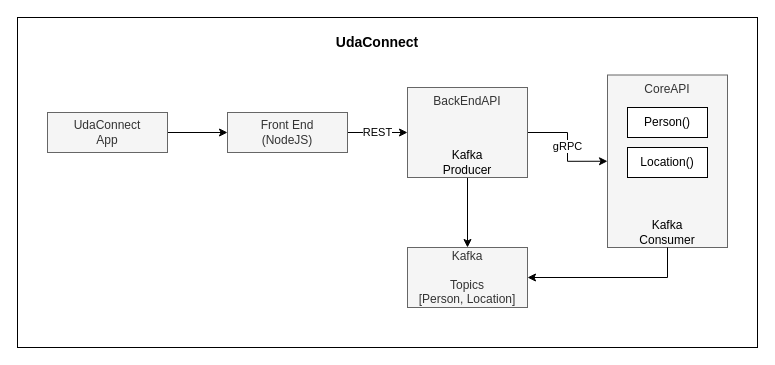
This is page "Architecture-Design" (1 of 2) of UdaConnect.drawio from rogersacchelli/nd064-c2-message-passing-projects-starter, a draw.io file, before an edit. Source tidied: cells renumbered, new cells numbered last; positions are measured from the earlier drawing's top-left corner, leaving out a move shared by most shapes. Both pictures are drawn from the tidied source at 100%, with x=0, y=0 at pixel (17, 17).
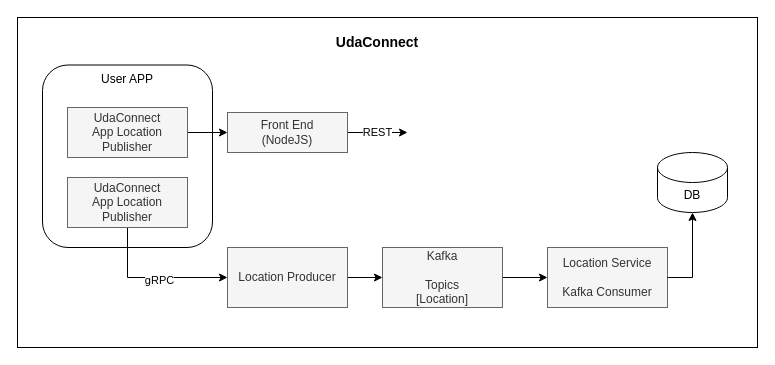
The same diagram, later.

Commit message (it also covers changes not shown here):
location endpoint

Diff of the diagram source:
```diff
@@
 <mxGraphModel>
   <root>
     <mxCell id="0" />
     <mxCell id="1" parent="0" />
     <mxCell id="2" style="rounded=0;whiteSpace=wrap;html=1;glass=0;shadow=0;" parent="1" vertex="1">
       <mxGeometry width="740" height="330" as="geometry" />
     </mxCell>
-    <mxCell id="3" value="REST" style="edgeStyle=orthogonalEdgeStyle;rounded=0;jettySize=auto;html=1;exitX=1;exitY=0.5;exitDx=0;exitDy=0;entryX=0;entryY=0.5;entryDx=0;entryDy=0;" parent="1" edge="1" source="4" target="9">
-      <mxGeometry relative="1" as="geometry" />
+    <mxCell id="3" value="REST" style="edgeStyle=orthogonalEdgeStyle;rounded=0;jettySize=auto;html=1;exitX=1;exitY=0.5;exitDx=0;exitDy=0;entryX=0;entryY=0.5;entryDx=0;entryDy=0;" parent="1" edge="1" source="4">
+      <mxGeometry relative="1" as="geometry">
+        <mxPoint x="390" y="115" as="targetPoint" />
+      </mxGeometry>
     </mxCell>
     <mxCell id="4" value="Front End&lt;br&gt;(NodeJS)" style="rounded=0;whiteSpace=wrap;html=1;fillColor=#f5f5f5;strokeColor=#666666;fontColor=#333333;" parent="1" vertex="1">
       <mxGeometry x="210" y="95" width="120" height="40" as="geometry" />
     </mxCell>
-    <mxCell id="5" style="edgeStyle=orthogonalEdgeStyle;rounded=0;jettySize=auto;html=1;exitX=1;exitY=0.5;exitDx=0;exitDy=0;" parent="1" edge="1" source="6" target="4">
-      <mxGeometry relative="1" as="geometry" />
-    </mxCell>
-    <mxCell id="6" value="UdaConnect&lt;br&gt;App" style="rounded=0;whiteSpace=wrap;html=1;fillColor=#f5f5f5;strokeColor=#666666;fontColor=#333333;" parent="1" vertex="1">
-      <mxGeometry x="30" y="95" width="120" height="40" as="geometry" />
-    </mxCell>
-    <mxCell id="7" style="edgeStyle=orthogonalEdgeStyle;rounded=0;jettySize=auto;html=1;" parent="1" edge="1" source="9" target="10">
-      <mxGeometry relative="1" as="geometry" />
-    </mxCell>
+    <mxCell id="18" style="edgeStyle=orthogonalEdgeStyle;rounded=0;jettySize=auto;html=1;entryX=0;entryY=0.5;entryDx=0;entryDy=0;" parent="1" edge="1" source="10" target="27">
+      <mxGeometry relative="1" as="geometry" />
+    </mxCell>
+    <mxCell id="10" value="Kafka&lt;br&gt;&lt;br&gt;Topics &lt;br&gt;[Location]" style="whiteSpace=wrap;html=1;fillColor=#f5f5f5;strokeColor=#666666;fontColor=#333333;rounded=0;" parent="1" vertex="1">
+      <mxGeometry x="365" y="230" width="120" height="60" as="geometry" />
+    </mxCell>
+    <mxCell id="19" value="User APP" style="rounded=1;whiteSpace=wrap;html=1;gradientColor=none;imageVerticalAlign=top;horizontal=1;verticalAlign=top;" parent="1" vertex="1">
+      <mxGeometry x="25" y="47.5" width="170" height="182.5" as="geometry" />
+    </mxCell>
+    <mxCell id="15" value="UdaConnect" style="text;html=1;strokeColor=none;fillColor=none;align=center;verticalAlign=middle;whiteSpace=wrap;rounded=0;fontStyle=1;fontSize=14;" parent="1" vertex="1">
+      <mxGeometry x="320" y="10" width="80" height="30" as="geometry" />
+    </mxCell>
+    <mxCell id="20" style="edgeStyle=orthogonalEdgeStyle;rounded=0;jettySize=auto;html=1;exitX=0.5;exitY=1;exitDx=0;exitDy=0;entryX=0;entryY=0.5;entryDx=0;entryDy=0;" parent="1" edge="1" source="21" target="25">
+      <mxGeometry relative="1" as="geometry" />
+    </mxCell>
-    <mxCell id="8" value="gRPC" style="edgeStyle=orthogonalEdgeStyle;rounded=0;jettySize=auto;html=1;exitX=1;exitY=0.5;exitDx=0;exitDy=0;entryX=0;entryY=0.5;entryDx=0;entryDy=0;" parent="1" edge="1" source="9" target="11">
-      <mxGeometry relative="1" as="geometry" />
+    <mxCell id="8" value="gRPC" style="edgeLabel;html=1;align=center;verticalAlign=middle;" parent="20" vertex="1">
+      <mxGeometry x="0.08" y="-2" relative="1" as="geometry" />
     </mxCell>
-    <mxCell id="9" value="BackEndAPI" style="rounded=0;whiteSpace=wrap;html=1;fillColor=#f5f5f5;strokeColor=#666666;fontColor=#333333;verticalAlign=top;" parent="1" vertex="1">
-      <mxGeometry x="390" y="70" width="120" height="90" as="geometry" />
-    </mxCell>
-    <mxCell id="10" value="Kafka&lt;br&gt;&lt;br&gt;Topics &lt;br&gt;[Person, Location]" style="whiteSpace=wrap;html=1;fillColor=#f5f5f5;strokeColor=#666666;fontColor=#333333;rounded=0;" parent="1" vertex="1">
-      <mxGeometry x="390" y="230" width="120" height="60" as="geometry" />
-    </mxCell>
-    <mxCell id="11" value="CoreAPI" style="whiteSpace=wrap;html=1;fillColor=#f5f5f5;strokeColor=#666666;fontColor=#333333;rounded=0;verticalAlign=top;horizontal=1;labelBackgroundColor=none;" parent="1" vertex="1">
-      <mxGeometry x="590" y="57.5" width="120" height="172.5" as="geometry" />
-    </mxCell>
-    <mxCell id="12" value="Kafka Producer" style="text;html=1;strokeColor=none;fillColor=none;align=center;verticalAlign=middle;whiteSpace=wrap;rounded=0;" parent="1" vertex="1">
-      <mxGeometry x="420" y="130" width="60" height="30" as="geometry" />
-    </mxCell>
-    <mxCell id="13" style="edgeStyle=orthogonalEdgeStyle;rounded=0;jettySize=auto;html=1;exitX=0.5;exitY=1;exitDx=0;exitDy=0;entryX=1;entryY=0.5;entryDx=0;entryDy=0;" parent="1" edge="1" source="14" target="10">
-      <mxGeometry relative="1" as="geometry" />
-    </mxCell>
-    <mxCell id="14" value="Kafka Consumer" style="text;html=1;strokeColor=none;fillColor=none;align=center;verticalAlign=middle;whiteSpace=wrap;rounded=0;" parent="1" vertex="1">
-      <mxGeometry x="620" y="200" width="60" height="30" as="geometry" />
-    </mxCell>
-    <mxCell id="15" value="UdaConnect" style="text;html=1;strokeColor=none;fillColor=none;align=center;verticalAlign=middle;whiteSpace=wrap;rounded=0;fontStyle=1;fontSize=14;" parent="1" vertex="1">
-      <mxGeometry x="320" y="10" width="80" height="30" as="geometry" />
-    </mxCell>
-    <mxCell id="16" value="Person()" style="whiteSpace=wrap;html=1;" parent="1" vertex="1">
-      <mxGeometry x="610" y="90" width="80" height="30" as="geometry" />
-    </mxCell>
-    <mxCell id="17" value="Location()" style="whiteSpace=wrap;html=1;" parent="1" vertex="1">
-      <mxGeometry x="610" y="130" width="80" height="30" as="geometry" />
-    </mxCell>
+    <mxCell id="21" value="UdaConnect&lt;br&gt;App Location Publisher" style="rounded=0;whiteSpace=wrap;html=1;fillColor=#f5f5f5;strokeColor=#666666;fontColor=#333333;" parent="1" vertex="1">
+      <mxGeometry x="50" y="160" width="120" height="50" as="geometry" />
+    </mxCell>
+    <mxCell id="22" style="edgeStyle=orthogonalEdgeStyle;rounded=0;jettySize=auto;html=1;exitX=1;exitY=0.5;exitDx=0;exitDy=0;entryX=0;entryY=0.5;entryDx=0;entryDy=0;" parent="1" edge="1" source="23" target="4">
+      <mxGeometry relative="1" as="geometry" />
+    </mxCell>
+    <mxCell id="23" value="UdaConnect&lt;br&gt;App Location Publisher" style="rounded=0;whiteSpace=wrap;html=1;fillColor=#f5f5f5;strokeColor=#666666;fontColor=#333333;" parent="1" vertex="1">
+      <mxGeometry x="50" y="90" width="120" height="50" as="geometry" />
+    </mxCell>
+    <mxCell id="24" style="edgeStyle=orthogonalEdgeStyle;rounded=0;jettySize=auto;html=1;entryX=0;entryY=0.5;entryDx=0;entryDy=0;" parent="1" edge="1" source="25" target="10">
+      <mxGeometry relative="1" as="geometry" />
+    </mxCell>
+    <mxCell id="25" value="Location Producer" style="whiteSpace=wrap;html=1;fillColor=#f5f5f5;strokeColor=#666666;fontColor=#333333;rounded=0;" parent="1" vertex="1">
+      <mxGeometry x="210" y="230" width="120" height="60" as="geometry" />
+    </mxCell>
+    <mxCell id="26" value="DB" style="shape=cylinder3;whiteSpace=wrap;html=1;boundedLbl=1;backgroundOutline=1;size=15;" parent="1" vertex="1">
+      <mxGeometry x="640" y="135" width="70" height="60" as="geometry" />
+    </mxCell>
+    <mxCell id="27" value="Location Service&lt;br&gt;&lt;br&gt;Kafka Consumer" style="whiteSpace=wrap;html=1;fillColor=#f5f5f5;strokeColor=#666666;fontColor=#333333;rounded=0;" parent="1" vertex="1">
+      <mxGeometry x="530" y="230" width="120" height="60" as="geometry" />
+    </mxCell>
+    <mxCell id="28" style="edgeStyle=orthogonalEdgeStyle;rounded=0;jettySize=auto;html=1;exitX=1;exitY=0.5;exitDx=0;exitDy=0;entryX=0.5;entryY=1;entryDx=0;entryDy=0;entryPerimeter=0;" parent="1" edge="1" source="27" target="26">
+      <mxGeometry relative="1" as="geometry" />
+    </mxCell>
   </root>
 </mxGraphModel>
```
